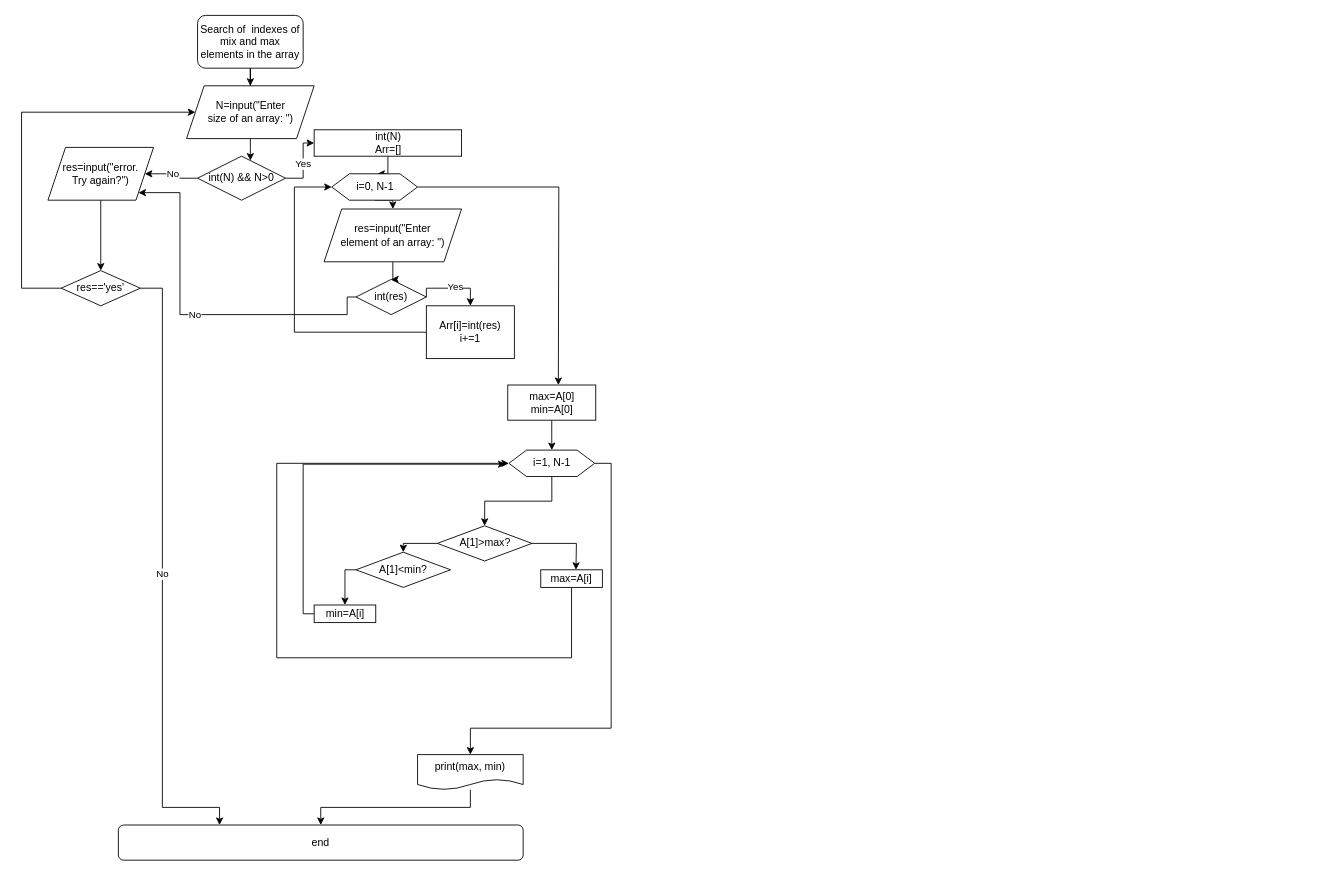
The draw.io diagram MinMaxArray.drawio in Yodiculta/fullstack, before the edit. Source tidied: cells renumbered, new cells numbered last; positions are measured from the earlier drawing's top-left corner, leaving out a move shared by most shapes. Both pictures are drawn from the tidied source at 88%, with x=0, y=0 at pixel (21, 15).
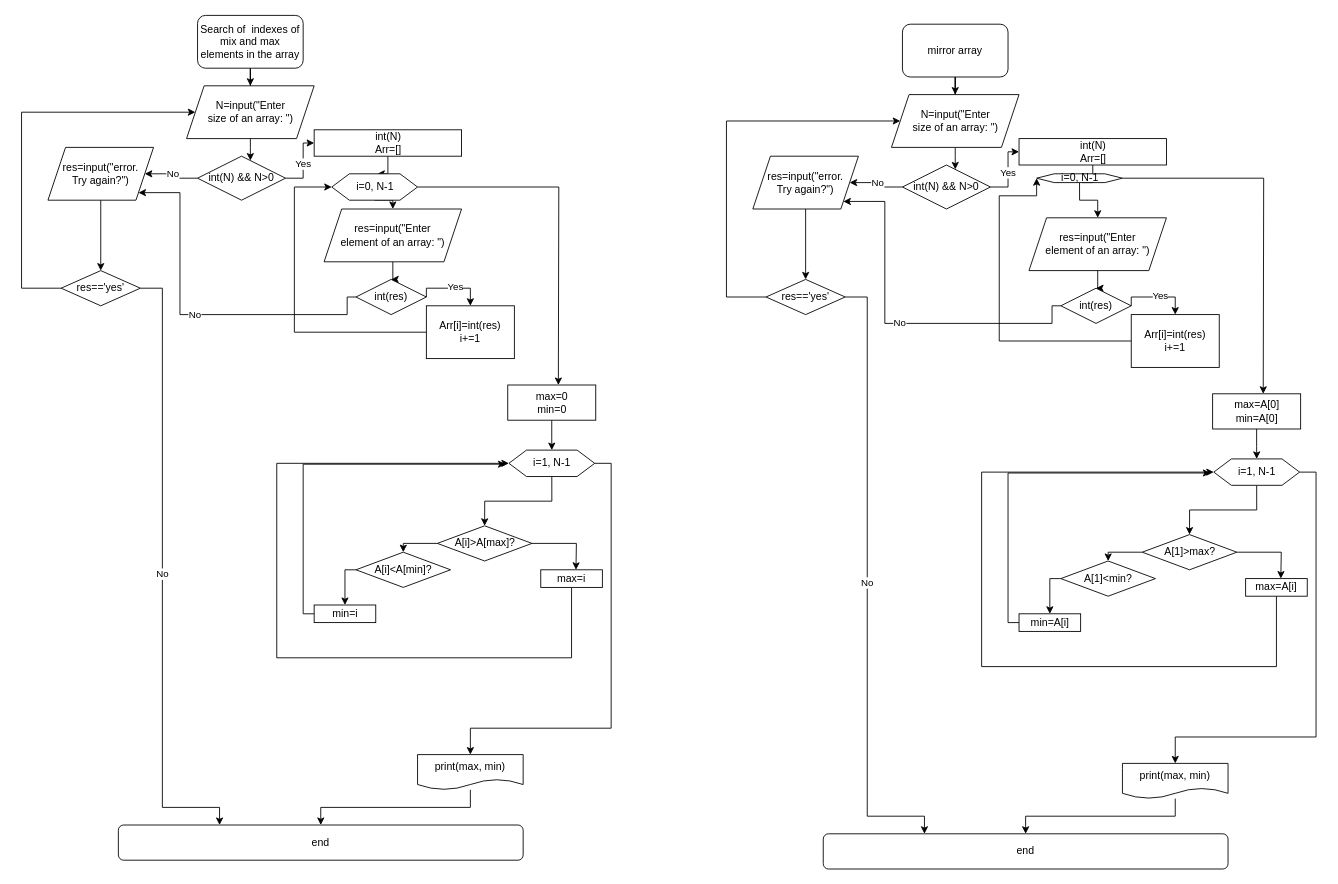
The same diagram, later.

Change to the diagram source:
```diff
@@
-    <mxCell id="27" value="A[1]&amp;gt;max?" style="rhombus;whiteSpace=wrap;html=1;" parent="1" vertex="1">
+    <mxCell id="27" value="A[i]&amp;gt;A[max]?" style="rhombus;whiteSpace=wrap;html=1;" parent="1" vertex="1">
       <mxGeometry x="472.5" y="580" width="107.5" height="40" as="geometry" />
     </mxCell>
@@
-    <mxCell id="29" value="max=A[0]&lt;br&gt;min=A[0]" style="rounded=0;whiteSpace=wrap;html=1;" parent="1" vertex="1">
+    <mxCell id="29" value="max=0&lt;br&gt;min=0" style="rounded=0;whiteSpace=wrap;html=1;" parent="1" vertex="1">
       <mxGeometry x="552.5" y="420" width="100" height="40" as="geometry" />
     </mxCell>
@@
-    <mxCell id="36" value="max=A[i]" style="rounded=0;whiteSpace=wrap;html=1;" parent="1" vertex="1">
+    <mxCell id="36" value="max=i" style="rounded=0;whiteSpace=wrap;html=1;" parent="1" vertex="1">
       <mxGeometry x="590" y="630" width="70" height="20" as="geometry" />
     </mxCell>
@@
-    <mxCell id="38" value="A[1]&amp;lt;min?" style="rhombus;whiteSpace=wrap;html=1;" parent="1" vertex="1">
+    <mxCell id="38" value="A[i]&amp;lt;A[min]?" style="rhombus;whiteSpace=wrap;html=1;" parent="1" vertex="1">
       <mxGeometry x="380" y="610" width="107.5" height="40" as="geometry" />
     </mxCell>
@@
-    <mxCell id="40" value="min=A[i]" style="rounded=0;whiteSpace=wrap;html=1;" parent="1" vertex="1">
+    <mxCell id="40" value="min=i" style="rounded=0;whiteSpace=wrap;html=1;" parent="1" vertex="1">
       <mxGeometry x="332.5" y="670" width="70" height="20" as="geometry" />
     </mxCell>
@@
+    <mxCell id="44" style="edgeStyle=orthogonalEdgeStyle;rounded=0;jettySize=auto;html=1;entryX=0.5;entryY=0;entryDx=0;entryDy=0;" parent="1" edge="1" source="45" target="47">
+      <mxGeometry relative="1" as="geometry" />
+    </mxCell>
+    <mxCell id="45" value="mirror array" style="rounded=1;whiteSpace=wrap;html=1;" parent="1" vertex="1">
+      <mxGeometry x="1001" y="10" width="120" height="60" as="geometry" />
+    </mxCell>
+    <mxCell id="46" style="edgeStyle=orthogonalEdgeStyle;rounded=0;jettySize=auto;html=1;" parent="1" edge="1" source="47" target="55">
+      <mxGeometry relative="1" as="geometry">
+        <Array as="points">
+          <mxPoint x="1061" y="160" />
+          <mxPoint x="1061" y="160" />
+        </Array>
+      </mxGeometry>
+    </mxCell>
+    <mxCell id="47" value="N=input(&quot;Enter &lt;br&gt;size of an array: &quot;)" style="shape=parallelogram;perimeter=parallelogramPerimeter;whiteSpace=wrap;html=1;fixedSize=1;" parent="1" vertex="1">
+      <mxGeometry x="988.5" y="90" width="145" height="60" as="geometry" />
+    </mxCell>
+    <mxCell id="48" style="edgeStyle=orthogonalEdgeStyle;rounded=0;jettySize=auto;html=1;entryX=0.5;entryY=0;entryDx=0;entryDy=0;" parent="1" edge="1" source="49" target="52">
+      <mxGeometry relative="1" as="geometry" />
+    </mxCell>
+    <mxCell id="49" value="res=input(&quot;error. &lt;br&gt;Try again?&quot;)" style="shape=parallelogram;perimeter=parallelogramPerimeter;whiteSpace=wrap;html=1;fixedSize=1;" parent="1" vertex="1">
+      <mxGeometry x="831" y="160" width="120" height="60" as="geometry" />
+    </mxCell>
+    <mxCell id="50" style="edgeStyle=orthogonalEdgeStyle;rounded=0;jettySize=auto;html=1;entryX=0;entryY=0.5;entryDx=0;entryDy=0;" parent="1" edge="1" source="52" target="47">
+      <mxGeometry relative="1" as="geometry">
+        <Array as="points">
+          <mxPoint x="801" y="320" />
+          <mxPoint x="801" y="120" />
+        </Array>
+      </mxGeometry>
+    </mxCell>
+    <mxCell id="51" value="No" style="edgeStyle=orthogonalEdgeStyle;rounded=0;jettySize=auto;html=1;entryX=0.25;entryY=0;entryDx=0;entryDy=0;exitX=1;exitY=0.5;exitDx=0;exitDy=0;" parent="1" edge="1" source="52" target="83">
+      <mxGeometry relative="1" as="geometry">
+        <Array as="points">
+          <mxPoint x="961" y="320" />
+          <mxPoint x="961" y="910" />
+        </Array>
+      </mxGeometry>
+    </mxCell>
+    <mxCell id="52" value="res=='yes'" style="rhombus;whiteSpace=wrap;html=1;" parent="1" vertex="1">
+      <mxGeometry x="846" y="300" width="90" height="40" as="geometry" />
+    </mxCell>
+    <mxCell id="53" value="No" style="edgeStyle=orthogonalEdgeStyle;rounded=0;jettySize=auto;html=1;entryX=1;entryY=0.5;entryDx=0;entryDy=0;" parent="1" edge="1" source="55" target="49">
+      <mxGeometry relative="1" as="geometry" />
+    </mxCell>
+    <mxCell id="54" value="Yes" style="edgeStyle=orthogonalEdgeStyle;rounded=0;jettySize=auto;html=1;entryX=0;entryY=0.5;entryDx=0;entryDy=0;" parent="1" edge="1" source="55" target="57">
+      <mxGeometry relative="1" as="geometry" />
+    </mxCell>
+    <mxCell id="55" value="int(N) &amp;amp;&amp;amp; N&amp;gt;0" style="rhombus;whiteSpace=wrap;html=1;" parent="1" vertex="1">
+      <mxGeometry x="1001" y="170" width="100" height="50" as="geometry" />
+    </mxCell>
+    <mxCell id="56" style="edgeStyle=orthogonalEdgeStyle;rounded=0;jettySize=auto;html=1;entryX=0.531;entryY=0.032;entryDx=0;entryDy=0;entryPerimeter=0;" parent="1" edge="1" source="57" target="74">
+      <mxGeometry relative="1" as="geometry" />
+    </mxCell>
+    <mxCell id="57" value="int(N)&lt;br&gt;Arr=[]" style="rounded=0;whiteSpace=wrap;html=1;" parent="1" vertex="1">
+      <mxGeometry x="1133.5" y="140" width="167.5" height="30" as="geometry" />
+    </mxCell>
+    <mxCell id="58" style="edgeStyle=orthogonalEdgeStyle;rounded=0;jettySize=auto;html=1;" parent="1" edge="1" source="59" target="63">
+      <mxGeometry relative="1" as="geometry" />
+    </mxCell>
+    <mxCell id="59" value="res=input(&quot;Enter &lt;br&gt;element of an array: &quot;)" style="shape=parallelogram;perimeter=parallelogramPerimeter;whiteSpace=wrap;html=1;fixedSize=1;" parent="1" vertex="1">
+      <mxGeometry x="1144.8" y="230" width="156.2" height="60" as="geometry" />
+    </mxCell>
+    <mxCell id="60" style="edgeStyle=orthogonalEdgeStyle;rounded=0;jettySize=auto;html=1;entryX=0.5;entryY=0;entryDx=0;entryDy=0;exitX=1;exitY=0.5;exitDx=0;exitDy=0;" parent="1" edge="1" source="63" target="65">
+      <mxGeometry relative="1" as="geometry">
+        <Array as="points">
+          <mxPoint x="1261" y="320" />
+          <mxPoint x="1311" y="320" />
+        </Array>
+      </mxGeometry>
+    </mxCell>
+    <mxCell id="61" value="Yes" style="edgeLabel;html=1;align=center;verticalAlign=middle;" parent="60" vertex="1">
+      <mxGeometry x="0.07" y="3" relative="1" as="geometry">
+        <mxPoint x="-1" y="1" as="offset" />
+      </mxGeometry>
+    </mxCell>
+    <mxCell id="62" value="No" style="edgeStyle=orthogonalEdgeStyle;rounded=0;jettySize=auto;html=1;entryX=1;entryY=1;entryDx=0;entryDy=0;exitX=0;exitY=0.5;exitDx=0;exitDy=0;" parent="1" edge="1" source="63" target="49">
+      <mxGeometry relative="1" as="geometry">
+        <Array as="points">
+          <mxPoint x="1171" y="330" />
+          <mxPoint x="1171" y="350" />
+          <mxPoint x="981" y="350" />
+          <mxPoint x="981" y="211" />
+        </Array>
+      </mxGeometry>
+    </mxCell>
+    <mxCell id="63" value="int(res)" style="rhombus;whiteSpace=wrap;html=1;" parent="1" vertex="1">
+      <mxGeometry x="1181" y="310" width="80" height="40" as="geometry" />
+    </mxCell>
+    <mxCell id="64" style="edgeStyle=orthogonalEdgeStyle;rounded=0;jettySize=auto;html=1;entryX=0;entryY=0.5;entryDx=0;entryDy=0;" parent="1" edge="1" source="65" target="74">
+      <mxGeometry relative="1" as="geometry">
+        <Array as="points">
+          <mxPoint x="1111" y="370" />
+          <mxPoint x="1111" y="205" />
+        </Array>
+      </mxGeometry>
+    </mxCell>
+    <mxCell id="65" value="Arr[i]=int(res)&lt;br&gt;i+=1" style="rounded=0;whiteSpace=wrap;html=1;" parent="1" vertex="1">
+      <mxGeometry x="1261" y="340" width="100" height="60" as="geometry" />
+    </mxCell>
+    <mxCell id="66" style="edgeStyle=orthogonalEdgeStyle;rounded=0;jettySize=auto;html=1;entryX=0.5;entryY=0;entryDx=0;entryDy=0;exitX=0.5;exitY=1;exitDx=0;exitDy=0;" parent="1" edge="1" source="76" target="69">
+      <mxGeometry relative="1" as="geometry" />
+    </mxCell>
+    <mxCell id="67" style="edgeStyle=orthogonalEdgeStyle;rounded=0;jettySize=auto;html=1;" parent="1" edge="1" source="69">
+      <mxGeometry relative="1" as="geometry">
+        <mxPoint x="1431" y="640" as="targetPoint" />
+      </mxGeometry>
+    </mxCell>
+    <mxCell id="68" style="edgeStyle=orthogonalEdgeStyle;rounded=0;jettySize=auto;html=1;entryX=0.5;entryY=0;entryDx=0;entryDy=0;" parent="1" edge="1" source="69" target="80">
+      <mxGeometry relative="1" as="geometry">
+        <Array as="points">
+          <mxPoint x="1235" y="610" />
+        </Array>
+      </mxGeometry>
+    </mxCell>
+    <mxCell id="69" value="A[1]&amp;gt;max?" style="rhombus;whiteSpace=wrap;html=1;" parent="1" vertex="1">
+      <mxGeometry x="1273.5" y="590" width="107.5" height="40" as="geometry" />
+    </mxCell>
+    <mxCell id="70" style="edgeStyle=orthogonalEdgeStyle;rounded=0;jettySize=auto;html=1;entryX=0.5;entryY=0;entryDx=0;entryDy=0;" parent="1" edge="1" source="71" target="76">
+      <mxGeometry relative="1" as="geometry" />
+    </mxCell>
+    <mxCell id="71" value="max=A[0]&lt;br&gt;min=A[0]" style="rounded=0;whiteSpace=wrap;html=1;" parent="1" vertex="1">
+      <mxGeometry x="1353.5" y="430" width="100" height="40" as="geometry" />
+    </mxCell>
+    <mxCell id="72" style="edgeStyle=orthogonalEdgeStyle;rounded=0;jettySize=auto;html=1;entryX=0.5;entryY=0;entryDx=0;entryDy=0;exitX=0.5;exitY=1;exitDx=0;exitDy=0;" parent="1" edge="1" source="74" target="59">
+      <mxGeometry relative="1" as="geometry" />
+    </mxCell>
+    <mxCell id="73" style="edgeStyle=orthogonalEdgeStyle;rounded=0;jettySize=auto;html=1;" parent="1" edge="1" source="74">
+      <mxGeometry relative="1" as="geometry">
+        <mxPoint x="1411" y="430" as="targetPoint" />
+      </mxGeometry>
+    </mxCell>
+    <mxCell id="74" value="i=0, N-1" style="shape=hexagon;perimeter=hexagonPerimeter2;whiteSpace=wrap;html=1;fixedSize=1;" parent="1" vertex="1">
+      <mxGeometry x="1153.5" y="180" width="97.5" height="10" as="geometry" />
+    </mxCell>
+    <mxCell id="75" style="edgeStyle=orthogonalEdgeStyle;rounded=0;jettySize=auto;html=1;entryX=0.5;entryY=0;entryDx=0;entryDy=0;" parent="1" edge="1" source="76" target="85">
+      <mxGeometry relative="1" as="geometry">
+        <Array as="points">
+          <mxPoint x="1471" y="519" />
+          <mxPoint x="1471" y="820" />
+        </Array>
+      </mxGeometry>
+    </mxCell>
+    <mxCell id="76" value="i=1, N-1" style="shape=hexagon;perimeter=hexagonPerimeter2;whiteSpace=wrap;html=1;fixedSize=1;" parent="1" vertex="1">
+      <mxGeometry x="1354.8" y="504" width="97.5" height="30" as="geometry" />
+    </mxCell>
+    <mxCell id="77" style="edgeStyle=orthogonalEdgeStyle;rounded=0;jettySize=auto;html=1;entryX=0;entryY=0.5;entryDx=0;entryDy=0;" parent="1" edge="1" source="78" target="76">
+      <mxGeometry relative="1" as="geometry">
+        <Array as="points">
+          <mxPoint x="1426" y="740" />
+          <mxPoint x="1091" y="740" />
+          <mxPoint x="1091" y="519" />
+        </Array>
+      </mxGeometry>
+    </mxCell>
+    <mxCell id="78" value="max=A[i]" style="rounded=0;whiteSpace=wrap;html=1;" parent="1" vertex="1">
+      <mxGeometry x="1391" y="640" width="70" height="20" as="geometry" />
+    </mxCell>
+    <mxCell id="79" style="edgeStyle=orthogonalEdgeStyle;rounded=0;jettySize=auto;html=1;entryX=0.5;entryY=0;entryDx=0;entryDy=0;" parent="1" edge="1" source="80" target="82">
+      <mxGeometry relative="1" as="geometry">
+        <Array as="points">
+          <mxPoint x="1169" y="640" />
+          <mxPoint x="1169" y="680" />
+        </Array>
+      </mxGeometry>
+    </mxCell>
+    <mxCell id="80" value="A[1]&amp;lt;min?" style="rhombus;whiteSpace=wrap;html=1;" parent="1" vertex="1">
+      <mxGeometry x="1181" y="620" width="107.5" height="40" as="geometry" />
+    </mxCell>
+    <mxCell id="81" style="edgeStyle=orthogonalEdgeStyle;rounded=0;jettySize=auto;html=1;" parent="1" edge="1" source="82">
+      <mxGeometry relative="1" as="geometry">
+        <mxPoint x="1351" y="520" as="targetPoint" />
+        <Array as="points">
+          <mxPoint x="1121" y="690" />
+          <mxPoint x="1121" y="520" />
+        </Array>
+      </mxGeometry>
+    </mxCell>
+    <mxCell id="82" value="min=A[i]" style="rounded=0;whiteSpace=wrap;html=1;" parent="1" vertex="1">
+      <mxGeometry x="1133.5" y="680" width="70" height="20" as="geometry" />
+    </mxCell>
+    <mxCell id="83" value="end" style="rounded=1;whiteSpace=wrap;html=1;fontSize=12;glass=0;strokeWidth=1;shadow=0;" parent="1" vertex="1">
+      <mxGeometry x="911" y="930" width="460" height="40" as="geometry" />
+    </mxCell>
+    <mxCell id="84" style="edgeStyle=orthogonalEdgeStyle;rounded=0;jettySize=auto;html=1;" parent="1" edge="1" source="85" target="83">
+      <mxGeometry relative="1" as="geometry" />
+    </mxCell>
+    <mxCell id="85" value="print(max, min)" style="shape=document;whiteSpace=wrap;html=1;boundedLbl=1;" parent="1" vertex="1">
+      <mxGeometry x="1251" y="850" width="120" height="40" as="geometry" />
+    </mxCell>
```
